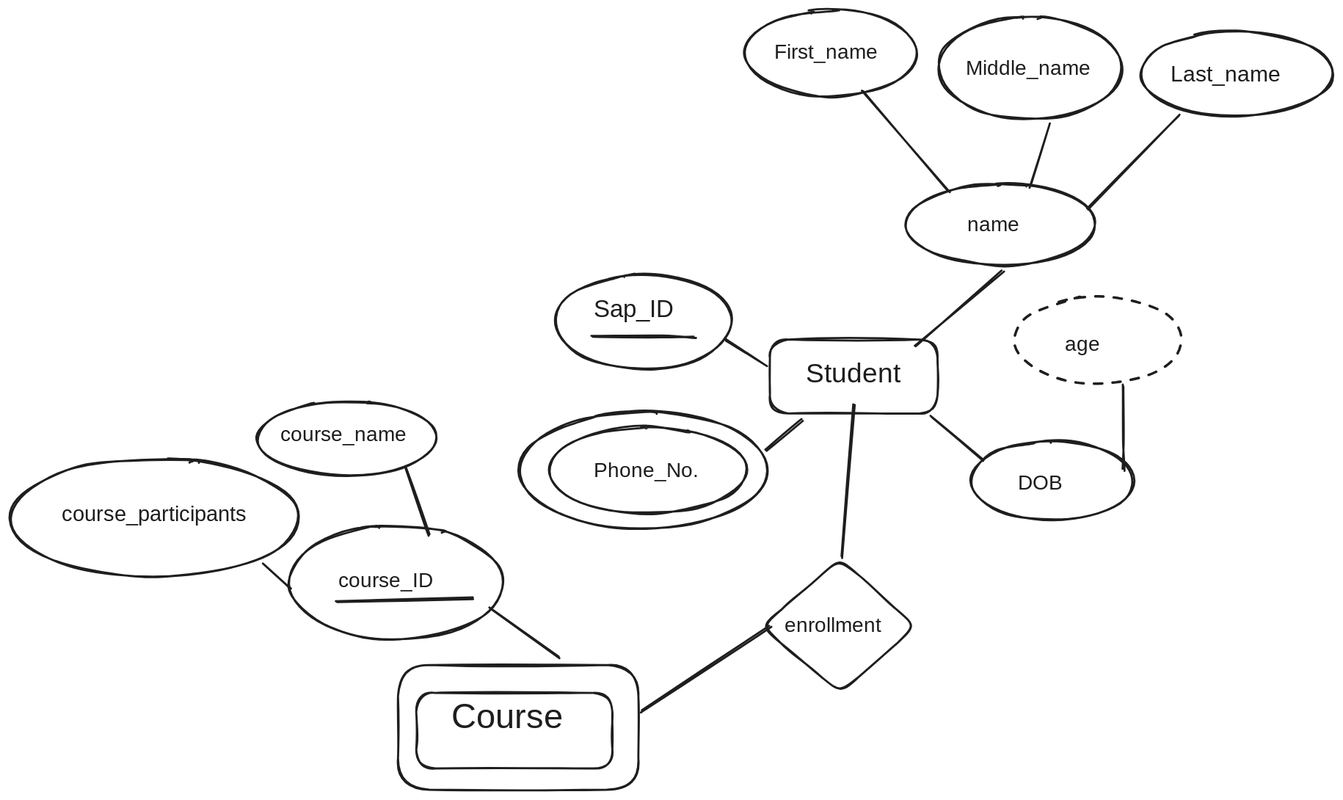
Earlier version of the Excalidraw export Notes Factory/Semister 3/Rough Work/t1.excalidraw.svg (P7XCKD/NF). Source tidied: one line per element, renumbered; positions are measured from the earlier drawing's top-left corner, leaving out a move shared by most shapes.
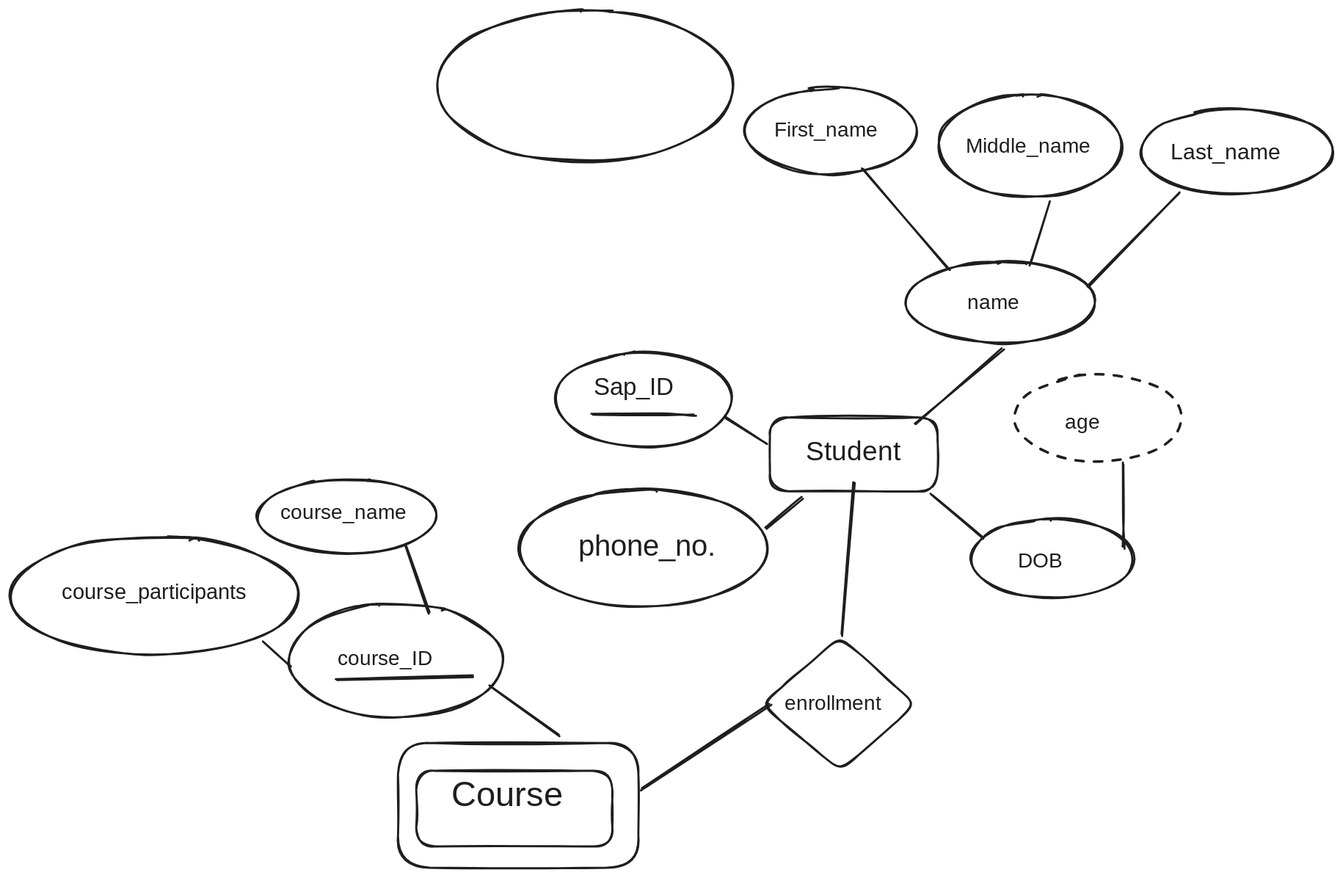
The same diagram one commit later.

The edit, as a diff of the source:
```diff
@@ -13,8 +13,8 @@
 {"id": 12, "type": "text", "text": "Last_name", "strokeColor": "#1e1e1e", "strokeWidth": 2, "roughness": 1, "fontSize": 21.68, "fontFamily": 1, "x": 1129, "y": 50, "width": 119, "height": 27}
 {"id": 13, "type": "ellipse", "strokeColor": "#1e1e1e", "strokeWidth": 2, "roughness": 1, "round": true, "x": 935, "y": 419, "width": 158, "height": 77}
 {"id": 14, "type": "text", "text": "DOB", "strokeColor": "#1e1e1e", "strokeWidth": 2, "roughness": 1, "fontSize": 20, "fontFamily": 1, "x": 981, "y": 448, "width": 45, "height": 25}
-{"id": 15, "type": "ellipse", "strokeColor": "#1e1e1e", "strokeWidth": 2, "roughness": 1, "round": true, "x": 524, "y": 406, "width": 192, "height": 84}
+{"id": 15, "type": "ellipse", "strokeColor": "#1e1e1e", "strokeWidth": 2, "roughness": 1, "round": true, "x": 415, "y": -76, "width": 289, "height": 147}
-{"id": 16, "type": "text", "text": "Phone_No.", "strokeColor": "#1e1e1e", "strokeWidth": 2, "roughness": 1, "fontSize": 20, "fontFamily": 1, "x": 567, "y": 436, "width": 100, "height": 25}
+{"id": 16, "type": "text", "text": "phone_no.", "strokeColor": "#1e1e1e", "strokeWidth": 2, "roughness": 1, "fontSize": 28.89, "fontFamily": 1, "x": 553, "y": 429, "width": 135, "height": 36}
 {"id": 17, "type": "ellipse", "strokeColor": "#1e1e1e", "strokeWidth": 2, "roughness": 1, "round": true, "x": 496, "y": 390, "width": 241, "height": 114}
 {"id": 18, "type": "ellipse", "strokeColor": "#1e1e1e", "strokeWidth": 2, "roughness": 1, "round": true, "x": 872, "y": 169, "width": 184, "height": 79}
 {"id": 19, "type": "text", "text": "name", "strokeColor": "#1e1e1e", "strokeWidth": 2, "roughness": 1, "fontSize": 20, "fontFamily": 1, "x": 931, "y": 197, "width": 46, "height": 25}
```
